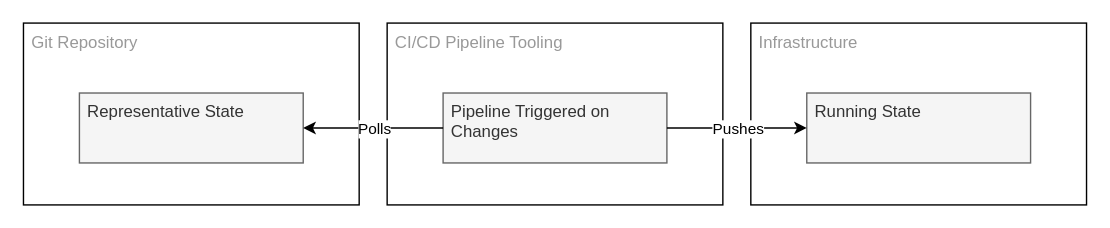
The draw.io diagram docs/images/gitops-push.drawio.svg in danielloader/kubernetes-sdlc, before a commit. Source tidied: cells renumbered, new cells last; positions are measured from the earlier drawing's top-left corner, leaving out a move shared by most shapes. The source it was exported from:
```xml
<mxGraphModel background="#FFFFFF">
  <root>
    <mxCell id="0" />
    <mxCell id="1" parent="0" />
    <mxCell id="2" value="Infrastructure" style="rounded=0;whiteSpace=wrap;html=1;verticalAlign=top;align=left;spacingLeft=4;fontColor=#999999;" parent="1" vertex="1">
      <mxGeometry x="520" width="240" height="130" as="geometry" />
    </mxCell>
    <mxCell id="3" value="Git Repository" style="rounded=0;whiteSpace=wrap;html=1;horizontal=1;verticalAlign=top;align=left;spacingLeft=4;fontColor=#999999;" parent="1" vertex="1">
      <mxGeometry width="240" height="130" as="geometry" />
    </mxCell>
    <mxCell id="4" value="Representative State" style="rounded=0;whiteSpace=wrap;html=1;verticalAlign=top;align=left;spacingLeft=4;fillColor=#f5f5f5;strokeColor=#666666;fontColor=#333333;" parent="1" vertex="1">
      <mxGeometry x="40" y="50" width="160" height="50" as="geometry" />
    </mxCell>
    <mxCell id="5" value="Running State" style="rounded=0;whiteSpace=wrap;html=1;verticalAlign=top;align=left;spacingLeft=4;fillColor=#f5f5f5;fontColor=#333333;strokeColor=#666666;" parent="1" vertex="1">
      <mxGeometry x="560" y="50" width="160" height="50" as="geometry" />
    </mxCell>
    <mxCell id="6" value="CI/CD Pipeline Tooling" style="rounded=0;whiteSpace=wrap;html=1;horizontal=1;verticalAlign=top;align=left;spacingLeft=4;fontColor=#999999;" parent="1" vertex="1">
      <mxGeometry x="260" width="240" height="130" as="geometry" />
    </mxCell>
    <mxCell id="7" value="Pipeline Triggered on Changes" style="rounded=0;whiteSpace=wrap;html=1;verticalAlign=top;align=left;spacingLeft=4;fillColor=#f5f5f5;strokeColor=#666666;fontColor=#333333;" parent="1" vertex="1">
      <mxGeometry x="300" y="50" width="160" height="50" as="geometry" />
    </mxCell>
    <mxCell id="8" style="edgeStyle=none;html=1;entryX=1;entryY=0.5;entryDx=0;entryDy=0;startArrow=classic;startFill=1;endArrow=none;endFill=0;" parent="1" edge="1" source="5" target="7">
      <mxGeometry relative="1" as="geometry" />
    </mxCell>
    <mxCell id="9" value="Pushes" style="edgeLabel;html=1;align=center;verticalAlign=middle;" parent="8" vertex="1">
      <mxGeometry x="0.68" y="1" relative="1" as="geometry">
        <mxPoint x="34" y="-1" as="offset" />
      </mxGeometry>
    </mxCell>
    <mxCell id="10" style="edgeStyle=none;html=1;startArrow=none;startFill=0;endArrow=classic;endFill=1;" parent="1" edge="1" source="7" target="4">
      <mxGeometry relative="1" as="geometry" />
    </mxCell>
    <mxCell id="11" value="Polls" style="edgeLabel;html=1;align=center;verticalAlign=middle;" parent="10" vertex="1">
      <mxGeometry x="0.48" relative="1" as="geometry">
        <mxPoint x="24" as="offset" />
      </mxGeometry>
    </mxCell>
  </root>
</mxGraphModel>
```
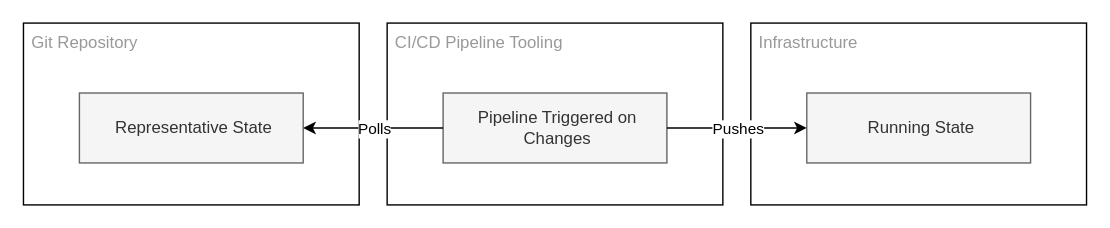
Later version of the same file.

What changed in the source:
```diff
@@ -8,16 +8,16 @@
     <mxCell id="3" value="Git Repository" style="rounded=0;whiteSpace=wrap;html=1;horizontal=1;verticalAlign=top;align=left;spacingLeft=4;fontColor=#999999;" parent="1" vertex="1">
       <mxGeometry width="240" height="130" as="geometry" />
     </mxCell>
-    <mxCell id="4" value="Representative State" style="rounded=0;whiteSpace=wrap;html=1;verticalAlign=top;align=left;spacingLeft=4;fillColor=#f5f5f5;strokeColor=#666666;fontColor=#333333;" parent="1" vertex="1">
+    <mxCell id="4" value="Representative State" style="rounded=0;whiteSpace=wrap;html=1;verticalAlign=middle;align=center;spacingLeft=4;fillColor=#f5f5f5;strokeColor=#666666;fontColor=#333333;" parent="1" vertex="1">
       <mxGeometry x="40" y="50" width="160" height="50" as="geometry" />
     </mxCell>
-    <mxCell id="5" value="Running State" style="rounded=0;whiteSpace=wrap;html=1;verticalAlign=top;align=left;spacingLeft=4;fillColor=#f5f5f5;fontColor=#333333;strokeColor=#666666;" parent="1" vertex="1">
+    <mxCell id="5" value="Running State" style="rounded=0;whiteSpace=wrap;html=1;verticalAlign=middle;align=center;spacingLeft=4;fillColor=#f5f5f5;fontColor=#333333;strokeColor=#666666;" parent="1" vertex="1">
       <mxGeometry x="560" y="50" width="160" height="50" as="geometry" />
     </mxCell>
     <mxCell id="6" value="CI/CD Pipeline Tooling" style="rounded=0;whiteSpace=wrap;html=1;horizontal=1;verticalAlign=top;align=left;spacingLeft=4;fontColor=#999999;" parent="1" vertex="1">
       <mxGeometry x="260" width="240" height="130" as="geometry" />
     </mxCell>
-    <mxCell id="7" value="Pipeline Triggered on Changes" style="rounded=0;whiteSpace=wrap;html=1;verticalAlign=top;align=left;spacingLeft=4;fillColor=#f5f5f5;strokeColor=#666666;fontColor=#333333;" parent="1" vertex="1">
+    <mxCell id="7" value="Pipeline Triggered on Changes" style="rounded=0;whiteSpace=wrap;html=1;verticalAlign=middle;align=center;spacingLeft=4;fillColor=#f5f5f5;strokeColor=#666666;fontColor=#333333;" parent="1" vertex="1">
       <mxGeometry x="300" y="50" width="160" height="50" as="geometry" />
     </mxCell>
     <mxCell id="8" style="edgeStyle=none;html=1;entryX=1;entryY=0.5;entryDx=0;entryDy=0;startArrow=classic;startFill=1;endArrow=none;endFill=0;" parent="1" edge="1" source="5" target="7">
```
